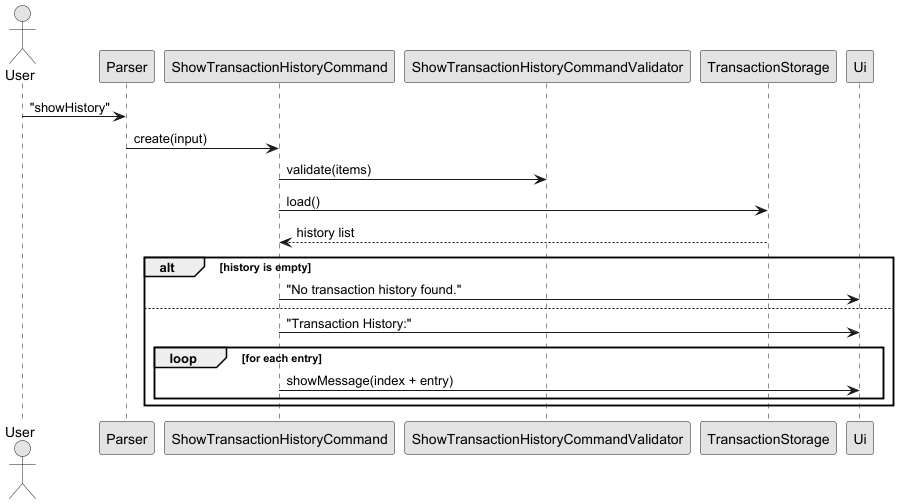
The PlantUML diagram docs/diagrams/ShowTransactionHistoryCommandSequenceDiagram.png in fmohamedfaras/tp, before a commit. Source of this version:
```plantuml
@startuml
skinparam monochrome true
skinparam shadowing false
hide circle

actor User
participant Parser
participant ShowTransactionHistoryCommand
participant ShowTransactionHistoryCommandValidator
participant TransactionStorage
participant Ui

User -> Parser: "showHistory"
Parser -> ShowTransactionHistoryCommand: create(input)

ShowTransactionHistoryCommand -> ShowTransactionHistoryCommandValidator: validate(items)

ShowTransactionHistoryCommand -> TransactionStorage: load()
TransactionStorage --> ShowTransactionHistoryCommand: history list

alt history is empty
    ShowTransactionHistoryCommand -> Ui: "No transaction history found."
else
    ShowTransactionHistoryCommand -> Ui: "Transaction History:"
    loop for each entry
        ShowTransactionHistoryCommand -> Ui: showMessage(index + entry)
    end
end

@enduml
```
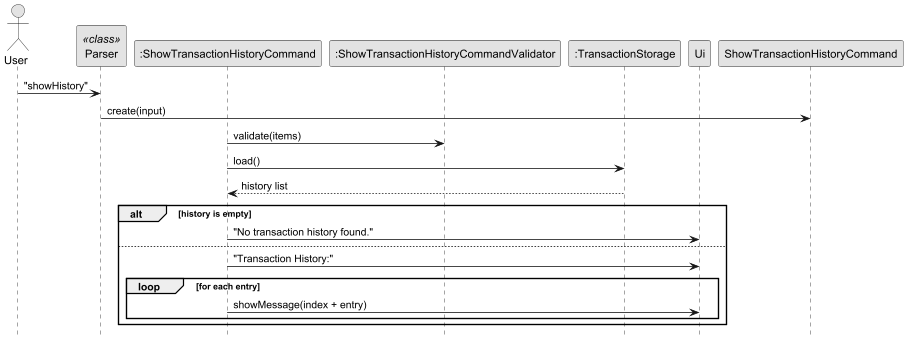
The same file after the commit.

The edit, as a diff of the source:
```diff
@@ -2,28 +2,29 @@
 skinparam monochrome true
 skinparam shadowing false
 hide circle
+hide footbox
 
 actor User
-participant Parser
-participant ShowTransactionHistoryCommand
-participant ShowTransactionHistoryCommandValidator
-participant TransactionStorage
+participant Parser <<class>>
+participant ":ShowTransactionHistoryCommand"
+participant ":ShowTransactionHistoryCommandValidator"
+participant ":TransactionStorage"
 participant Ui
 
 User -> Parser: "showHistory"
 Parser -> ShowTransactionHistoryCommand: create(input)
 
-ShowTransactionHistoryCommand -> ShowTransactionHistoryCommandValidator: validate(items)
+":ShowTransactionHistoryCommand" -> ":ShowTransactionHistoryCommandValidator": validate(items)
 
-ShowTransactionHistoryCommand -> TransactionStorage: load()
-TransactionStorage --> ShowTransactionHistoryCommand: history list
+":ShowTransactionHistoryCommand" -> ":TransactionStorage": load()
+":TransactionStorage" --> ":ShowTransactionHistoryCommand": history list
 
 alt history is empty
-    ShowTransactionHistoryCommand -> Ui: "No transaction history found."
+    ":ShowTransactionHistoryCommand" -> Ui: "No transaction history found."
 else
-    ShowTransactionHistoryCommand -> Ui: "Transaction History:"
+    ":ShowTransactionHistoryCommand" -> Ui: "Transaction History:"
     loop for each entry
-        ShowTransactionHistoryCommand -> Ui: showMessage(index + entry)
+        ":ShowTransactionHistoryCommand" -> Ui: showMessage(index + entry)
     end
 end
 
```
